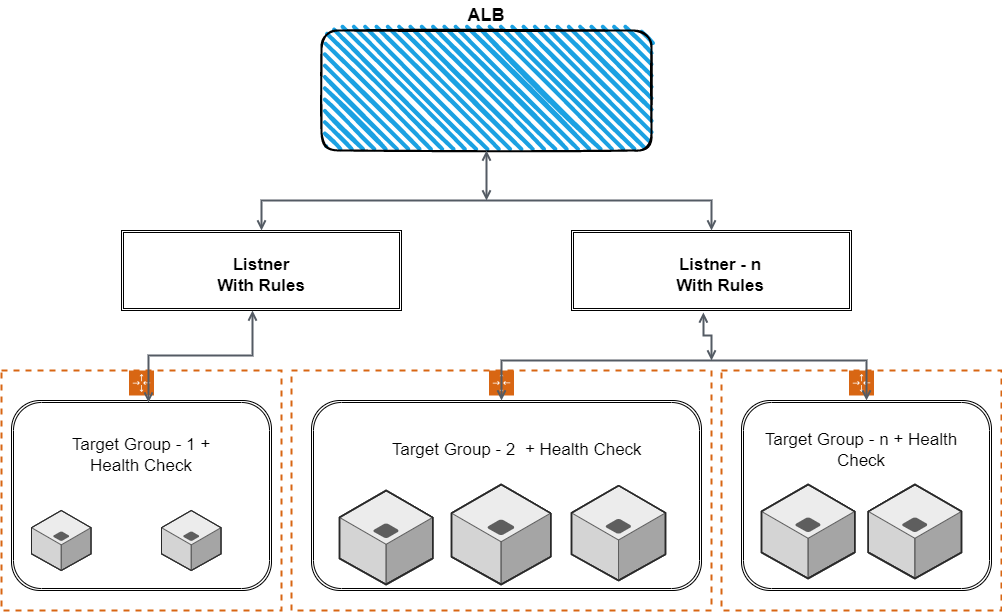
ManuGeorge96/ManuGeorge96 keeps this draw.io diagram as Tools/ALB.drawio.png. Above is the earlier version. Source tidied: cells renumbered, new cells last; positions are measured from the earlier drawing's top-left corner, leaving out a move shared by most shapes.
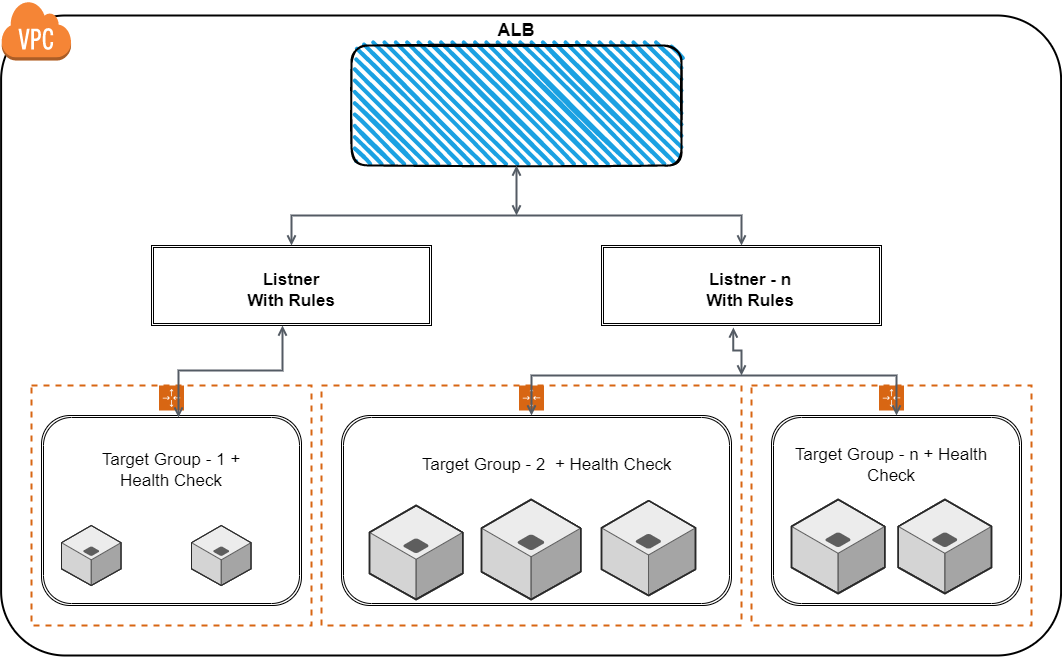
After the change.

What changed in the source:
```diff
@@ -97,5 +97,11 @@
     <mxCell id="28" value="&lt;b&gt;ALB&lt;/b&gt;" style="text;html=1;strokeColor=none;fillColor=none;align=center;verticalAlign=middle;whiteSpace=wrap;rounded=0;fontSize=18;" parent="1" vertex="1">
       <mxGeometry x="455" width="60" height="30" as="geometry" />
     </mxCell>
+    <mxCell id="29" style="rounded=1;arcSize=10;dashed=0;fillColor=none;gradientColor=none;strokeWidth=2;" parent="1" vertex="1">
+      <mxGeometry x="-30.4" width="1060" height="640" as="geometry" />
+    </mxCell>
+    <mxCell id="30" style="dashed=0;html=1;shape=mxgraph.aws3.virtual_private_cloud;fillColor=#F58536;gradientColor=none;dashed=0;strokeWidth=2;" parent="1" vertex="1">
+      <mxGeometry x="-30.4" y="-15" width="70" height="60" as="geometry" />
+    </mxCell>
   </root>
 </mxGraphModel>
```
